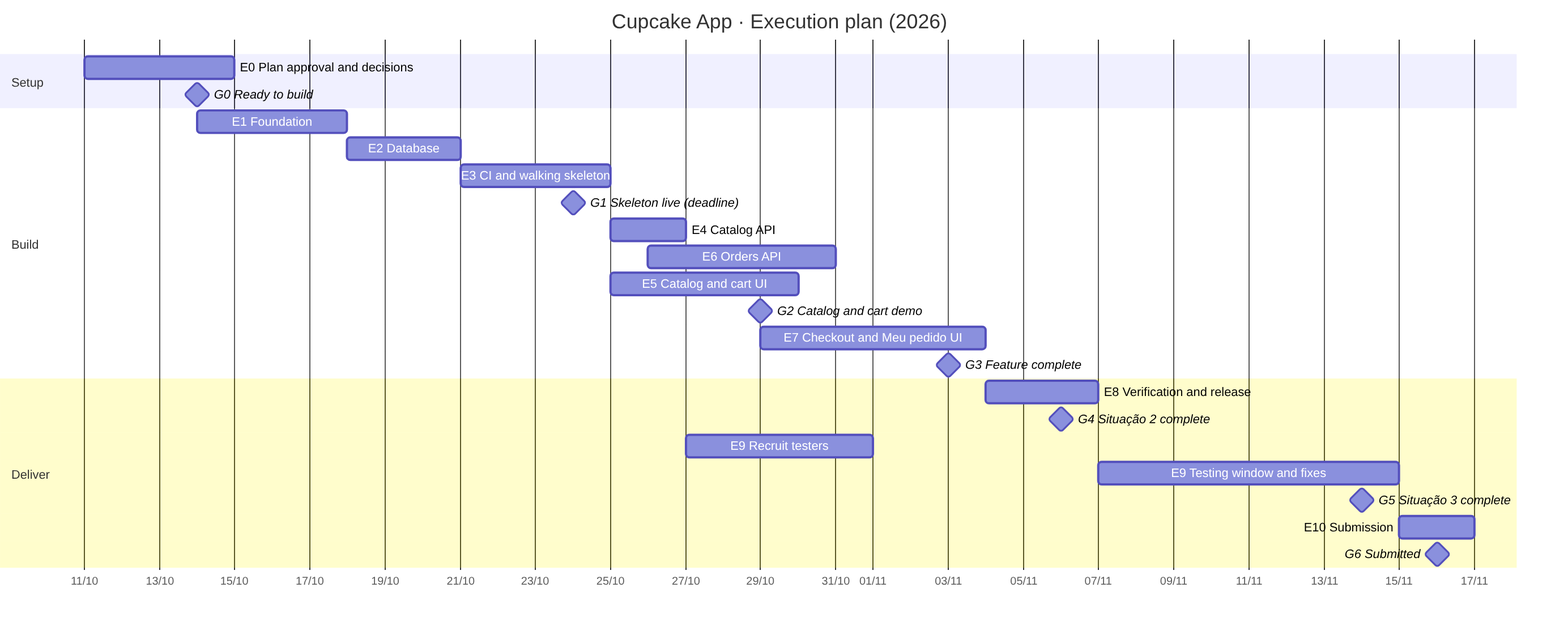
Above: docs/diagrams/planning/execution-plan.png in tiagopacedev/cupcake-app (Mermaid), before the change. Its source is kept beside it as docs/diagrams/planning/execution-plan.mmd. Its diagram source:
```mermaid
gantt
  title Cupcake App · Execution plan (2026)
  dateFormat YYYY-MM-DD
  axisFormat %d/%m
  todayMarker off
  section Setup
  E0 Plan approval and decisions   :e0, 2026-10-11, 4d
  G0 Ready to build                :milestone, g0, 2026-10-14, 0d
  section Build
  E1 Foundation                    :e1, after g0, 4d
  E2 Database                      :e2, after e1, 3d
  E3 CI and walking skeleton       :e3, after e2, 4d
  G1 Skeleton live (deadline)      :milestone, g1, 2026-10-24, 0d
  E4 Catalog API                   :e4, after e3, 2d
  E6 Orders API                    :e6, 2026-10-26, 5d
  E5 Catalog and cart UI           :e5, 2026-10-25, 5d
  G2 Catalog and cart demo         :milestone, g2, 2026-10-29, 0d
  E7 Checkout and Meu pedido UI    :e7, 2026-10-29, 6d
  G3 Feature complete              :milestone, g3, 2026-11-03, 0d
  section Deliver
  E8 Verification and release      :e8, 2026-11-04, 3d
  G4 Situação 2 complete           :milestone, g4, 2026-11-06, 0d
  E9 Recruit testers               :e9a, 2026-10-27, 5d
  E9 Testing window and fixes      :e9b, 2026-11-07, 8d
  G5 Situação 3 complete           :milestone, g5, 2026-11-14, 0d
  E10 Submission                   :e10, 2026-11-15, 2d
  G6 Submitted                     :milestone, g6, 2026-11-16, 0d
```
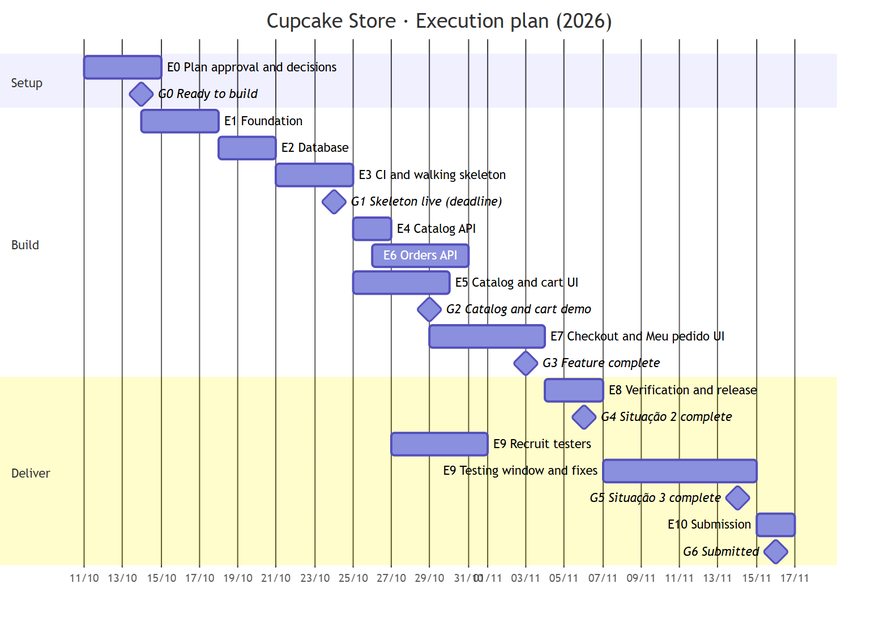
After the commit.

Change to the diagram source:
```diff
@@ -1,5 +1,5 @@
 gantt
-  title Cupcake App · Execution plan (2026)
+  title Cupcake Store · Execution plan (2026)
   dateFormat YYYY-MM-DD
   axisFormat %d/%m
   todayMarker off
```
